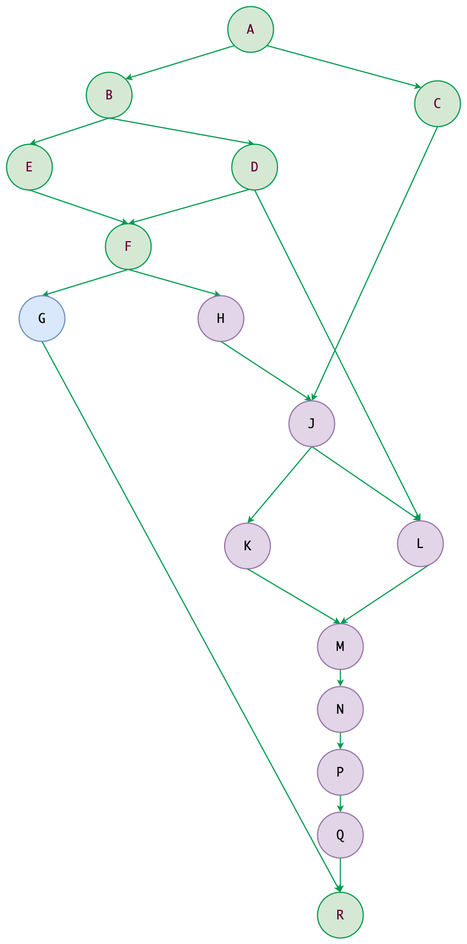
This is doc/dag.drawio.png from feuyeux/hello-easy-flows, a draw.io export, as it was before one commit. Source tidied: cells renumbered, new cells last; positions are measured from the earlier drawing's top-left corner, leaving out a move shared by most shapes.
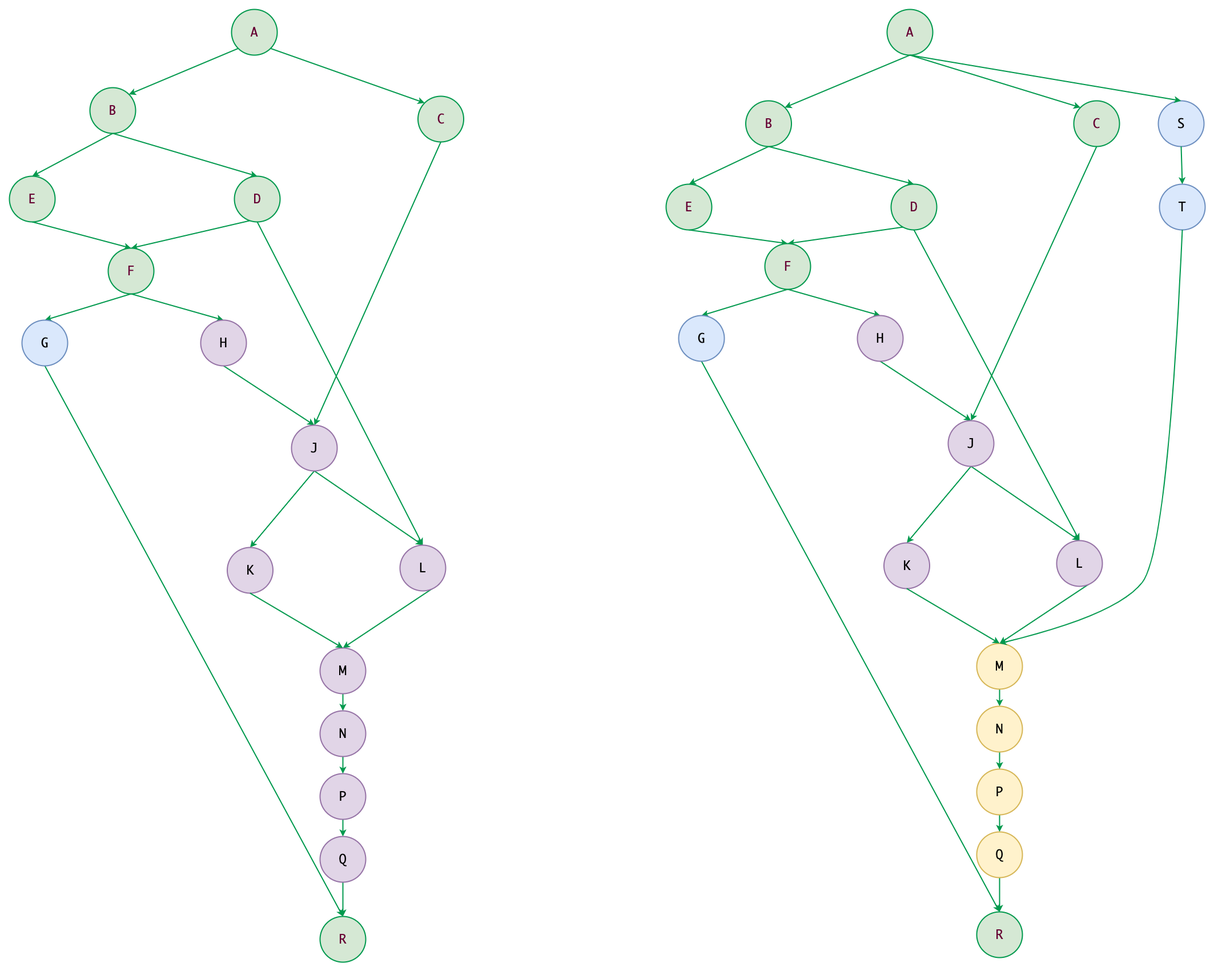
After the change.

Change to the diagram source:
```diff
@@ -11,3 +11,3 @@
     <mxCell id="4" value="&lt;div style=&quot;font-size: 22px;&quot;&gt;&lt;div style=&quot;font-size: 22px;&quot;&gt;A&lt;/div&gt;&lt;/div&gt;" style="ellipse;whiteSpace=wrap;html=1;fontFamily=Monaco;fontSize=22;labelBackgroundColor=none;fillColor=#d5e8d4;strokeColor=#00994D;strokeWidth=2;fontColor=#660033;" parent="1" vertex="1">
-      <mxGeometry x="387" width="80" height="80" as="geometry" />
+      <mxGeometry x="389" y="-38" width="80" height="80" as="geometry" />
     </mxCell>
@@ -20,3 +20,3 @@
     <mxCell id="7" value="&lt;div style=&quot;font-size: 22px;&quot;&gt;&lt;div style=&quot;font-size: 22px;&quot;&gt;B&lt;/div&gt;&lt;/div&gt;" style="ellipse;whiteSpace=wrap;html=1;fontFamily=Monaco;fontSize=22;labelBackgroundColor=none;fillColor=#d5e8d4;strokeColor=#00994D;strokeWidth=2;fontColor=#660033;" parent="1" vertex="1">
-      <mxGeometry x="139.5" y="115" width="80" height="80" as="geometry" />
+      <mxGeometry x="141" y="99" width="80" height="80" as="geometry" />
     </mxCell>
@@ -26,3 +26,3 @@
     <mxCell id="9" value="&lt;div style=&quot;font-size: 22px;&quot;&gt;&lt;div style=&quot;font-size: 22px;&quot;&gt;C&lt;/div&gt;&lt;/div&gt;" style="ellipse;whiteSpace=wrap;html=1;fontFamily=Monaco;fontSize=22;labelBackgroundColor=none;fillColor=#d5e8d4;strokeColor=#00994D;strokeWidth=2;fontColor=#660033;" parent="1" vertex="1">
-      <mxGeometry x="714" y="130" width="80" height="80" as="geometry" />
+      <mxGeometry x="715.5" y="114" width="80" height="80" as="geometry" />
     </mxCell>
@@ -32,3 +32,3 @@
     <mxCell id="11" value="&lt;div style=&quot;font-size: 22px;&quot;&gt;&lt;div style=&quot;font-size: 22px;&quot;&gt;E&lt;/div&gt;&lt;/div&gt;" style="ellipse;whiteSpace=wrap;html=1;fontFamily=Monaco;fontSize=22;labelBackgroundColor=none;fillColor=#d5e8d4;strokeColor=#00994D;strokeWidth=2;fontColor=#660033;" parent="1" vertex="1">
-      <mxGeometry y="241" width="80" height="80" as="geometry" />
+      <mxGeometry y="254" width="80" height="80" as="geometry" />
     </mxCell>
@@ -41,3 +41,3 @@
     <mxCell id="14" value="&lt;div style=&quot;font-size: 22px;&quot;&gt;&lt;div style=&quot;font-size: 22px;&quot;&gt;&lt;div style=&quot;font-size: 22px;&quot;&gt;&lt;div style=&quot;font-size: 22px;&quot;&gt;D&lt;/div&gt;&lt;/div&gt;&lt;/div&gt;&lt;/div&gt;" style="ellipse;whiteSpace=wrap;html=1;fontFamily=Monaco;fontSize=22;labelBackgroundColor=none;fillColor=#d5e8d4;strokeColor=#00994D;strokeWidth=2;fontColor=#660033;" parent="1" vertex="1">
-      <mxGeometry x="394" y="241" width="80" height="80" as="geometry" />
+      <mxGeometry x="394" y="254" width="80" height="80" as="geometry" />
     </mxCell>
@@ -115,2 +115,133 @@
     </mxCell>
+    <mxCell id="39" style="edgeStyle=none;rounded=0;jettySize=auto;html=1;exitX=0.5;exitY=1;exitDx=0;exitDy=0;entryX=1;entryY=0;entryDx=0;entryDy=0;labelBackgroundColor=#00994D;strokeColor=#00994D;fontColor=#FFFFFF;strokeWidth=2;fontSize=22;fillColor=#d5e8d4;fontFamily=Monaco;" parent="1" edge="1" source="41" target="44">
+      <mxGeometry relative="1" as="geometry" />
+    </mxCell>
+    <mxCell id="40" style="edgeStyle=none;rounded=0;jettySize=auto;html=1;exitX=0.5;exitY=1;exitDx=0;exitDy=0;entryX=0;entryY=0;entryDx=0;entryDy=0;labelBackgroundColor=#00994D;strokeColor=#00994D;fontColor=#FFFFFF;strokeWidth=2;fontSize=22;fillColor=#d5e8d4;fontFamily=Monaco;" parent="1" edge="1" source="41" target="46">
+      <mxGeometry relative="1" as="geometry" />
+    </mxCell>
+    <mxCell id="41" value="&lt;div style=&quot;font-size: 22px;&quot;&gt;&lt;div style=&quot;font-size: 22px;&quot;&gt;A&lt;/div&gt;&lt;/div&gt;" style="ellipse;whiteSpace=wrap;html=1;fontFamily=Monaco;fontSize=22;labelBackgroundColor=none;fillColor=#d5e8d4;strokeColor=#00994D;strokeWidth=2;fontColor=#660033;" parent="1" vertex="1">
+      <mxGeometry x="1537" y="-38" width="80" height="80" as="geometry" />
+    </mxCell>
+    <mxCell id="42" style="edgeStyle=none;rounded=0;jettySize=auto;html=1;exitX=0.5;exitY=1;exitDx=0;exitDy=0;entryX=0.5;entryY=0;entryDx=0;entryDy=0;labelBackgroundColor=#00994D;strokeColor=#00994D;fontColor=#FFFFFF;strokeWidth=2;fontSize=22;fillColor=#d5e8d4;fontFamily=Monaco;" parent="1" edge="1" source="44" target="51">
+      <mxGeometry relative="1" as="geometry" />
+    </mxCell>
+    <mxCell id="43" style="edgeStyle=none;rounded=0;jettySize=auto;html=1;exitX=0.5;exitY=1;exitDx=0;exitDy=0;entryX=0.5;entryY=0;entryDx=0;entryDy=0;labelBackgroundColor=#00994D;strokeColor=#00994D;fontColor=#FFFFFF;strokeWidth=2;fontSize=22;fillColor=#d5e8d4;fontFamily=Monaco;" parent="1" edge="1" source="44" target="48">
+      <mxGeometry relative="1" as="geometry" />
+    </mxCell>
+    <mxCell id="44" value="&lt;div style=&quot;font-size: 22px;&quot;&gt;&lt;div style=&quot;font-size: 22px;&quot;&gt;B&lt;/div&gt;&lt;/div&gt;" style="ellipse;whiteSpace=wrap;html=1;fontFamily=Monaco;fontSize=22;labelBackgroundColor=none;fillColor=#d5e8d4;strokeColor=#00994D;strokeWidth=2;fontColor=#660033;" parent="1" vertex="1">
+      <mxGeometry x="1289.5" y="122" width="80" height="80" as="geometry" />
+    </mxCell>
+    <mxCell id="45" style="edgeStyle=none;rounded=0;jettySize=auto;html=1;exitX=0.5;exitY=1;exitDx=0;exitDy=0;entryX=0.5;entryY=0;entryDx=0;entryDy=0;fillColor=#d5e8d4;strokeColor=#00994D;labelBackgroundColor=#00994D;fontColor=#FFFFFF;strokeWidth=2;fontFamily=Monaco;fontSize=22;" parent="1" edge="1" source="46" target="61">
+      <mxGeometry relative="1" as="geometry" />
+    </mxCell>
+    <mxCell id="46" value="&lt;div style=&quot;font-size: 22px;&quot;&gt;&lt;div style=&quot;font-size: 22px;&quot;&gt;C&lt;/div&gt;&lt;/div&gt;" style="ellipse;whiteSpace=wrap;html=1;fontFamily=Monaco;fontSize=22;labelBackgroundColor=none;fillColor=#d5e8d4;strokeColor=#00994D;strokeWidth=2;fontColor=#660033;" parent="1" vertex="1">
+      <mxGeometry x="1864" y="122" width="80" height="80" as="geometry" />
+    </mxCell>
+    <mxCell id="47" style="edgeStyle=none;rounded=0;jettySize=auto;html=1;exitX=0.5;exitY=1;exitDx=0;exitDy=0;entryX=0.5;entryY=0;entryDx=0;entryDy=0;labelBackgroundColor=#00994D;strokeColor=#00994D;fontColor=#FFFFFF;strokeWidth=2;fontSize=22;fillColor=#d5e8d4;fontFamily=Monaco;" parent="1" edge="1" source="48" target="54">
+      <mxGeometry relative="1" as="geometry" />
+    </mxCell>
+    <mxCell id="48" value="&lt;div style=&quot;font-size: 22px;&quot;&gt;&lt;div style=&quot;font-size: 22px;&quot;&gt;E&lt;/div&gt;&lt;/div&gt;" style="ellipse;whiteSpace=wrap;html=1;fontFamily=Monaco;fontSize=22;labelBackgroundColor=none;fillColor=#d5e8d4;strokeColor=#00994D;strokeWidth=2;fontColor=#660033;" parent="1" vertex="1">
+      <mxGeometry x="1150" y="268" width="80" height="80" as="geometry" />
+    </mxCell>
+    <mxCell id="49" style="edgeStyle=none;rounded=0;jettySize=auto;html=1;exitX=1;exitY=1;exitDx=0;exitDy=0;entryX=0.5;entryY=0;entryDx=0;entryDy=0;labelBackgroundColor=#00994D;strokeColor=#00994D;fontColor=#FFFFFF;strokeWidth=2;fontSize=22;fillColor=#d5e8d4;fontFamily=Monaco;" parent="1" edge="1" source="51" target="54">
+      <mxGeometry relative="1" as="geometry" />
+    </mxCell>
+    <mxCell id="50" style="edgeStyle=none;rounded=0;jettySize=auto;html=1;exitX=0.5;exitY=1;exitDx=0;exitDy=0;entryX=0.5;entryY=0;entryDx=0;entryDy=0;labelBackgroundColor=#00994D;strokeColor=#00994D;fontColor=#FFFFFF;strokeWidth=2;fontSize=22;fillColor=#d5e8d4;fontFamily=Monaco;" parent="1" edge="1" source="51" target="63">
+      <mxGeometry relative="1" as="geometry" />
+    </mxCell>
+    <mxCell id="51" value="&lt;div style=&quot;font-size: 22px;&quot;&gt;&lt;div style=&quot;font-size: 22px;&quot;&gt;&lt;div style=&quot;font-size: 22px;&quot;&gt;&lt;div style=&quot;font-size: 22px;&quot;&gt;D&lt;/div&gt;&lt;/div&gt;&lt;/div&gt;&lt;/div&gt;" style="ellipse;whiteSpace=wrap;html=1;fontFamily=Monaco;fontSize=22;labelBackgroundColor=none;fillColor=#d5e8d4;strokeColor=#00994D;strokeWidth=2;fontColor=#660033;" parent="1" vertex="1">
+      <mxGeometry x="1544" y="268" width="80" height="80" as="geometry" />
+    </mxCell>
+    <mxCell id="52" style="edgeStyle=none;rounded=0;jettySize=auto;html=1;exitX=0.5;exitY=1;exitDx=0;exitDy=0;entryX=0.5;entryY=0;entryDx=0;entryDy=0;labelBackgroundColor=#00994D;strokeColor=#00994D;fontColor=#FFFFFF;strokeWidth=2;fontSize=22;fillColor=#d5e8d4;fontFamily=Monaco;" parent="1" edge="1" source="54" target="56">
+      <mxGeometry relative="1" as="geometry" />
+    </mxCell>
+    <mxCell id="53" style="rounded=0;jettySize=auto;html=1;exitX=0.5;exitY=1;exitDx=0;exitDy=0;entryX=0.5;entryY=0;entryDx=0;entryDy=0;fillColor=#d5e8d4;strokeColor=#00994D;labelBackgroundColor=#00994D;fontColor=#FFFFFF;strokeWidth=2;fontFamily=Monaco;fontSize=22;" parent="1" edge="1" source="54" target="58">
+      <mxGeometry relative="1" as="geometry" />
+    </mxCell>
+    <mxCell id="54" value="&lt;div style=&quot;font-size: 22px;&quot;&gt;&lt;div style=&quot;font-size: 22px;&quot;&gt;F&lt;/div&gt;&lt;/div&gt;" style="ellipse;whiteSpace=wrap;html=1;fontFamily=Monaco;fontSize=22;labelBackgroundColor=none;fillColor=#d5e8d4;strokeColor=#00994D;strokeWidth=2;fontColor=#660033;" parent="1" vertex="1">
+      <mxGeometry x="1323" y="372" width="80" height="80" as="geometry" />
+    </mxCell>
+    <mxCell id="55" style="edgeStyle=none;rounded=0;jettySize=auto;html=1;exitX=0.5;exitY=1;exitDx=0;exitDy=0;entryX=0.5;entryY=0;entryDx=0;entryDy=0;fillColor=#d5e8d4;strokeColor=#00994D;labelBackgroundColor=#00994D;fontColor=#FFFFFF;strokeWidth=2;fontFamily=Monaco;fontSize=22;" parent="1" edge="1" source="56" target="75">
+      <mxGeometry relative="1" as="geometry" />
+    </mxCell>
+    <mxCell id="56" value="&lt;div style=&quot;font-size: 22px;&quot;&gt;&lt;div style=&quot;font-size: 22px;&quot;&gt;G&lt;/div&gt;&lt;/div&gt;" style="ellipse;whiteSpace=wrap;html=1;fontFamily=Monaco;fontSize=22;labelBackgroundColor=none;fillColor=#dae8fc;strokeColor=#6c8ebf;strokeWidth=2;" parent="1" vertex="1">
+      <mxGeometry x="1172" y="498" width="80" height="80" as="geometry" />
+    </mxCell>
+    <mxCell id="57" style="edgeStyle=none;rounded=0;jettySize=auto;html=1;exitX=0.5;exitY=1;exitDx=0;exitDy=0;entryX=0.5;entryY=0;entryDx=0;entryDy=0;fillColor=#d5e8d4;strokeColor=#00994D;labelBackgroundColor=#00994D;fontColor=#FFFFFF;strokeWidth=2;fontFamily=Monaco;fontSize=22;" parent="1" edge="1" source="58" target="61">
+      <mxGeometry relative="1" as="geometry" />
+    </mxCell>
+    <mxCell id="58" value="&lt;div style=&quot;font-size: 22px;&quot;&gt;&lt;div style=&quot;font-size: 22px;&quot;&gt;&lt;div style=&quot;font-size: 22px;&quot;&gt;&lt;div style=&quot;font-size: 22px;&quot;&gt;H&lt;/div&gt;&lt;/div&gt;&lt;/div&gt;&lt;/div&gt;" style="ellipse;whiteSpace=wrap;html=1;fontFamily=Monaco;fontSize=22;labelBackgroundColor=none;fillColor=#e1d5e7;strokeColor=#9673a6;strokeWidth=2;" parent="1" vertex="1">
+      <mxGeometry x="1485" y="498" width="80" height="80" as="geometry" />
+    </mxCell>
+    <mxCell id="59" style="edgeStyle=none;rounded=0;jettySize=auto;html=1;fillColor=#d5e8d4;strokeColor=#00994D;labelBackgroundColor=#00994D;fontColor=#FFFFFF;strokeWidth=2;exitX=0.5;exitY=1;exitDx=0;exitDy=0;entryX=0.5;entryY=0;entryDx=0;entryDy=0;fontFamily=Monaco;fontSize=22;" parent="1" edge="1" source="61" target="63">
+      <mxGeometry relative="1" as="geometry" />
+    </mxCell>
+    <mxCell id="60" style="edgeStyle=none;rounded=0;jettySize=auto;html=1;exitX=0.5;exitY=1;exitDx=0;exitDy=0;entryX=0.5;entryY=0;entryDx=0;entryDy=0;fillColor=#d5e8d4;strokeColor=#00994D;labelBackgroundColor=#00994D;fontColor=#FFFFFF;strokeWidth=2;fontFamily=Monaco;fontSize=22;" parent="1" edge="1" source="61" target="64">
+      <mxGeometry relative="1" as="geometry" />
+    </mxCell>
+    <mxCell id="61" value="&lt;div style=&quot;font-size: 22px;&quot;&gt;&lt;div style=&quot;font-size: 22px;&quot;&gt;&lt;div style=&quot;font-size: 22px;&quot;&gt;&lt;div style=&quot;font-size: 22px;&quot;&gt;&lt;div style=&quot;font-size: 22px;&quot;&gt;J&lt;/div&gt;&lt;/div&gt;&lt;/div&gt;&lt;/div&gt;&lt;/div&gt;" style="ellipse;whiteSpace=wrap;html=1;fontFamily=Monaco;fontSize=22;labelBackgroundColor=none;fillColor=#e1d5e7;strokeColor=#9673a6;strokeWidth=2;" parent="1" vertex="1">
+      <mxGeometry x="1644" y="682" width="80" height="80" as="geometry" />
+    </mxCell>
+    <mxCell id="62" style="edgeStyle=none;rounded=0;jettySize=auto;html=1;exitX=1;exitY=1;exitDx=0;exitDy=0;fillColor=#d5e8d4;strokeColor=#00994D;labelBackgroundColor=#00994D;fontColor=#FFFFFF;strokeWidth=2;entryX=0.5;entryY=0;entryDx=0;entryDy=0;fontFamily=Monaco;fontSize=22;" parent="1" edge="1" source="63" target="67">
+      <mxGeometry relative="1" as="geometry" />
+    </mxCell>
+    <mxCell id="63" value="&lt;div style=&quot;font-size: 22px;&quot;&gt;&lt;div style=&quot;font-size: 22px;&quot;&gt;&lt;div style=&quot;font-size: 22px;&quot;&gt;&lt;div style=&quot;font-size: 22px;&quot;&gt;&lt;div style=&quot;font-size: 22px;&quot;&gt;&lt;div style=&quot;font-size: 22px;&quot;&gt;L&lt;/div&gt;&lt;/div&gt;&lt;/div&gt;&lt;/div&gt;&lt;/div&gt;&lt;/div&gt;" style="ellipse;whiteSpace=wrap;html=1;fontFamily=Monaco;fontSize=22;labelBackgroundColor=none;fillColor=#e1d5e7;strokeColor=#9673a6;strokeWidth=2;" parent="1" vertex="1">
+      <mxGeometry x="1834" y="892" width="80" height="80" as="geometry" />
+    </mxCell>
+    <mxCell id="64" value="&lt;div style=&quot;font-size: 22px;&quot;&gt;&lt;div style=&quot;font-size: 22px;&quot;&gt;&lt;div style=&quot;font-size: 22px;&quot;&gt;&lt;div style=&quot;font-size: 22px;&quot;&gt;&lt;div style=&quot;font-size: 22px;&quot;&gt;&lt;div style=&quot;font-size: 22px;&quot;&gt;K&lt;/div&gt;&lt;/div&gt;&lt;/div&gt;&lt;/div&gt;&lt;/div&gt;&lt;/div&gt;" style="ellipse;whiteSpace=wrap;html=1;fontFamily=Monaco;fontSize=22;labelBackgroundColor=none;fillColor=#e1d5e7;strokeColor=#9673a6;strokeWidth=2;" parent="1" vertex="1">
+      <mxGeometry x="1531.5" y="896" width="80" height="80" as="geometry" />
+    </mxCell>
+    <mxCell id="65" style="edgeStyle=none;rounded=0;orthogonalLoop=1;jettySize=auto;html=1;entryX=0.353;entryY=0.025;entryDx=0;entryDy=0;entryPerimeter=0;fillColor=#d5e8d4;strokeColor=#00994D;labelBackgroundColor=#00994D;fontColor=#FFFFFF;strokeWidth=2;fontFamily=Monaco;fontSize=22;" parent="1" edge="1" source="64" target="64">
+      <mxGeometry relative="1" as="geometry" />
+    </mxCell>
+    <mxCell id="66" style="edgeStyle=none;rounded=0;jettySize=auto;html=1;exitX=0.5;exitY=1;exitDx=0;exitDy=0;entryX=0.5;entryY=0;entryDx=0;entryDy=0;fillColor=#d5e8d4;strokeColor=#00994D;labelBackgroundColor=#00994D;fontColor=#FFFFFF;strokeWidth=2;fontFamily=Monaco;fontSize=22;" parent="1" edge="1" source="67" target="72">
+      <mxGeometry relative="1" as="geometry" />
+    </mxCell>
+    <mxCell id="67" value="&lt;div style=&quot;font-size: 22px;&quot;&gt;&lt;div style=&quot;font-size: 22px;&quot;&gt;&lt;div style=&quot;font-size: 22px;&quot;&gt;&lt;div style=&quot;font-size: 22px;&quot;&gt;&lt;div style=&quot;font-size: 22px;&quot;&gt;&lt;div style=&quot;font-size: 22px;&quot;&gt;&lt;div style=&quot;font-size: 22px;&quot;&gt;M&lt;/div&gt;&lt;/div&gt;&lt;/div&gt;&lt;/div&gt;&lt;/div&gt;&lt;/div&gt;&lt;/div&gt;" style="ellipse;whiteSpace=wrap;html=1;fontFamily=Monaco;fontSize=22;labelBackgroundColor=none;fillColor=#fff2cc;strokeColor=#d6b656;strokeWidth=2;" parent="1" vertex="1">
+      <mxGeometry x="1694" y="1072" width="80" height="80" as="geometry" />
+    </mxCell>
+    <mxCell id="68" style="edgeStyle=none;rounded=0;jettySize=auto;html=1;exitX=0.5;exitY=1;exitDx=0;exitDy=0;entryX=0.5;entryY=0;entryDx=0;entryDy=0;fillColor=#d5e8d4;strokeColor=#00994D;labelBackgroundColor=#00994D;fontColor=#FFFFFF;strokeWidth=2;fontFamily=Monaco;fontSize=22;" parent="1" edge="1" source="64" target="67">
+      <mxGeometry relative="1" as="geometry" />
+    </mxCell>
+    <mxCell id="69" style="edgeStyle=none;rounded=0;jettySize=auto;html=1;exitX=0.5;exitY=1;exitDx=0;exitDy=0;entryX=0.5;entryY=0;entryDx=0;entryDy=0;fillColor=#d5e8d4;strokeColor=#00994D;labelBackgroundColor=#00994D;fontColor=#FFFFFF;strokeWidth=2;fontFamily=Monaco;fontSize=22;" parent="1" edge="1" source="70" target="74">
+      <mxGeometry relative="1" as="geometry" />
+    </mxCell>
+    <mxCell id="70" value="&lt;div style=&quot;font-size: 22px;&quot;&gt;&lt;div style=&quot;font-size: 22px;&quot;&gt;&lt;div style=&quot;font-size: 22px;&quot;&gt;&lt;div style=&quot;font-size: 22px;&quot;&gt;&lt;div style=&quot;font-size: 22px;&quot;&gt;&lt;div style=&quot;font-size: 22px;&quot;&gt;&lt;div style=&quot;font-size: 22px;&quot;&gt;&lt;div style=&quot;font-size: 22px;&quot;&gt;P&lt;/div&gt;&lt;/div&gt;&lt;/div&gt;&lt;/div&gt;&lt;/div&gt;&lt;/div&gt;&lt;/div&gt;&lt;/div&gt;" style="ellipse;whiteSpace=wrap;html=1;fontFamily=Monaco;fontSize=22;labelBackgroundColor=none;fillColor=#fff2cc;strokeColor=#d6b656;strokeWidth=2;" parent="1" vertex="1">
+      <mxGeometry x="1694" y="1292" width="80" height="80" as="geometry" />
+    </mxCell>
+    <mxCell id="71" style="edgeStyle=none;rounded=0;jettySize=auto;html=1;exitX=0.5;exitY=1;exitDx=0;exitDy=0;entryX=0.5;entryY=0;entryDx=0;entryDy=0;fillColor=#d5e8d4;strokeColor=#00994D;labelBackgroundColor=#00994D;fontColor=#FFFFFF;strokeWidth=2;fontFamily=Monaco;fontSize=22;" parent="1" edge="1" source="72" target="70">
+      <mxGeometry relative="1" as="geometry" />
+    </mxCell>
+    <mxCell id="72" value="&lt;div style=&quot;font-size: 22px;&quot;&gt;&lt;div style=&quot;font-size: 22px;&quot;&gt;&lt;div style=&quot;font-size: 22px;&quot;&gt;&lt;div style=&quot;font-size: 22px;&quot;&gt;&lt;div style=&quot;font-size: 22px;&quot;&gt;&lt;div style=&quot;font-size: 22px;&quot;&gt;&lt;div style=&quot;font-size: 22px;&quot;&gt;&lt;div style=&quot;font-size: 22px;&quot;&gt;&lt;div style=&quot;font-size: 22px;&quot;&gt;N&lt;/div&gt;&lt;/div&gt;&lt;/div&gt;&lt;/div&gt;&lt;/div&gt;&lt;/div&gt;&lt;/div&gt;&lt;/div&gt;&lt;/div&gt;" style="ellipse;whiteSpace=wrap;html=1;fontFamily=Monaco;fontSize=22;labelBackgroundColor=none;fillColor=#fff2cc;strokeColor=#d6b656;strokeWidth=2;" parent="1" vertex="1">
+      <mxGeometry x="1694" y="1182" width="80" height="80" as="geometry" />
+    </mxCell>
+    <mxCell id="73" style="edgeStyle=none;rounded=0;jettySize=auto;html=1;exitX=0.5;exitY=1;exitDx=0;exitDy=0;entryX=0.5;entryY=0;entryDx=0;entryDy=0;fillColor=#d5e8d4;strokeColor=#00994D;labelBackgroundColor=#00994D;fontColor=#FFFFFF;strokeWidth=2;fontFamily=Monaco;fontSize=22;" parent="1" edge="1" source="74" target="75">
+      <mxGeometry relative="1" as="geometry" />
+    </mxCell>
+    <mxCell id="74" value="&lt;div style=&quot;font-size: 22px;&quot;&gt;&lt;div style=&quot;font-size: 22px;&quot;&gt;&lt;div style=&quot;font-size: 22px;&quot;&gt;&lt;div style=&quot;font-size: 22px;&quot;&gt;&lt;div style=&quot;font-size: 22px;&quot;&gt;&lt;div style=&quot;font-size: 22px;&quot;&gt;&lt;div style=&quot;font-size: 22px;&quot;&gt;&lt;div style=&quot;font-size: 22px;&quot;&gt;&lt;div style=&quot;font-size: 22px;&quot;&gt;Q&lt;/div&gt;&lt;/div&gt;&lt;/div&gt;&lt;/div&gt;&lt;/div&gt;&lt;/div&gt;&lt;/div&gt;&lt;/div&gt;&lt;/div&gt;" style="ellipse;whiteSpace=wrap;html=1;fontFamily=Monaco;fontSize=22;labelBackgroundColor=none;fillColor=#fff2cc;strokeColor=#d6b656;strokeWidth=2;" parent="1" vertex="1">
+      <mxGeometry x="1694" y="1402" width="80" height="80" as="geometry" />
+    </mxCell>
+    <mxCell id="75" value="&lt;div style=&quot;font-size: 22px;&quot;&gt;&lt;div style=&quot;font-size: 22px;&quot;&gt;&lt;div style=&quot;font-size: 22px;&quot;&gt;&lt;div style=&quot;font-size: 22px;&quot;&gt;&lt;div style=&quot;font-size: 22px;&quot;&gt;&lt;div style=&quot;font-size: 22px;&quot;&gt;&lt;div style=&quot;font-size: 22px;&quot;&gt;&lt;div style=&quot;font-size: 22px;&quot;&gt;&lt;div style=&quot;font-size: 22px;&quot;&gt;&lt;div style=&quot;font-size: 22px;&quot;&gt;R&lt;/div&gt;&lt;/div&gt;&lt;/div&gt;&lt;/div&gt;&lt;/div&gt;&lt;/div&gt;&lt;/div&gt;&lt;/div&gt;&lt;/div&gt;&lt;/div&gt;" style="ellipse;whiteSpace=wrap;html=1;fontFamily=Monaco;fontSize=22;labelBackgroundColor=none;fillColor=#d5e8d4;strokeColor=#00994D;strokeWidth=2;fontColor=#660033;" parent="1" vertex="1">
+      <mxGeometry x="1694" y="1542" width="80" height="80" as="geometry" />
+    </mxCell>
+    <mxCell id="76" value="&lt;div style=&quot;font-size: 22px;&quot;&gt;&lt;div style=&quot;font-size: 22px;&quot;&gt;S&lt;/div&gt;&lt;/div&gt;" style="ellipse;whiteSpace=wrap;html=1;fontFamily=Monaco;fontSize=22;labelBackgroundColor=none;fillColor=#dae8fc;strokeColor=#6c8ebf;strokeWidth=2;" parent="1" vertex="1">
+      <mxGeometry x="2012" y="122" width="80" height="80" as="geometry" />
+    </mxCell>
+    <mxCell id="77" value="&lt;div style=&quot;font-size: 22px;&quot;&gt;&lt;div style=&quot;font-size: 22px;&quot;&gt;T&lt;/div&gt;&lt;/div&gt;" style="ellipse;whiteSpace=wrap;html=1;fontFamily=Monaco;fontSize=22;labelBackgroundColor=none;fillColor=#dae8fc;strokeColor=#6c8ebf;strokeWidth=2;" parent="1" vertex="1">
+      <mxGeometry x="2014" y="268" width="80" height="80" as="geometry" />
+    </mxCell>
+    <mxCell id="78" style="edgeStyle=none;rounded=0;jettySize=auto;html=1;exitX=0.5;exitY=1;exitDx=0;exitDy=0;entryX=0.5;entryY=0;entryDx=0;entryDy=0;labelBackgroundColor=#00994D;strokeColor=#00994D;fontColor=#FFFFFF;strokeWidth=2;fontSize=22;fillColor=#d5e8d4;fontFamily=Monaco;" parent="1" edge="1" source="41" target="76">
+      <mxGeometry relative="1" as="geometry" />
+    </mxCell>
+    <mxCell id="79" style="edgeStyle=none;rounded=0;jettySize=auto;html=1;exitX=0.5;exitY=1;exitDx=0;exitDy=0;entryX=0.5;entryY=0;entryDx=0;entryDy=0;fillColor=#d5e8d4;strokeColor=#00994D;labelBackgroundColor=#00994D;fontColor=#FFFFFF;strokeWidth=2;fontFamily=Monaco;fontSize=22;" parent="1" edge="1" source="76" target="77">
+      <mxGeometry relative="1" as="geometry" />
+    </mxCell>
+    <mxCell id="80" style="edgeStyle=none;jettySize=auto;html=1;exitX=0.5;exitY=1;exitDx=0;exitDy=0;fillColor=#d5e8d4;strokeColor=#00994D;labelBackgroundColor=#00994D;fontColor=#FFFFFF;strokeWidth=2;entryX=0.5;entryY=0;entryDx=0;entryDy=0;fontFamily=Monaco;fontSize=22;curved=1;" parent="1" edge="1" source="77" target="67">
+      <mxGeometry relative="1" as="geometry">
+        <Array as="points">
+          <mxPoint x="2028" y="908" />
+          <mxPoint x="1940" y="1022" />
+        </Array>
+      </mxGeometry>
+    </mxCell>
   </root>
```
